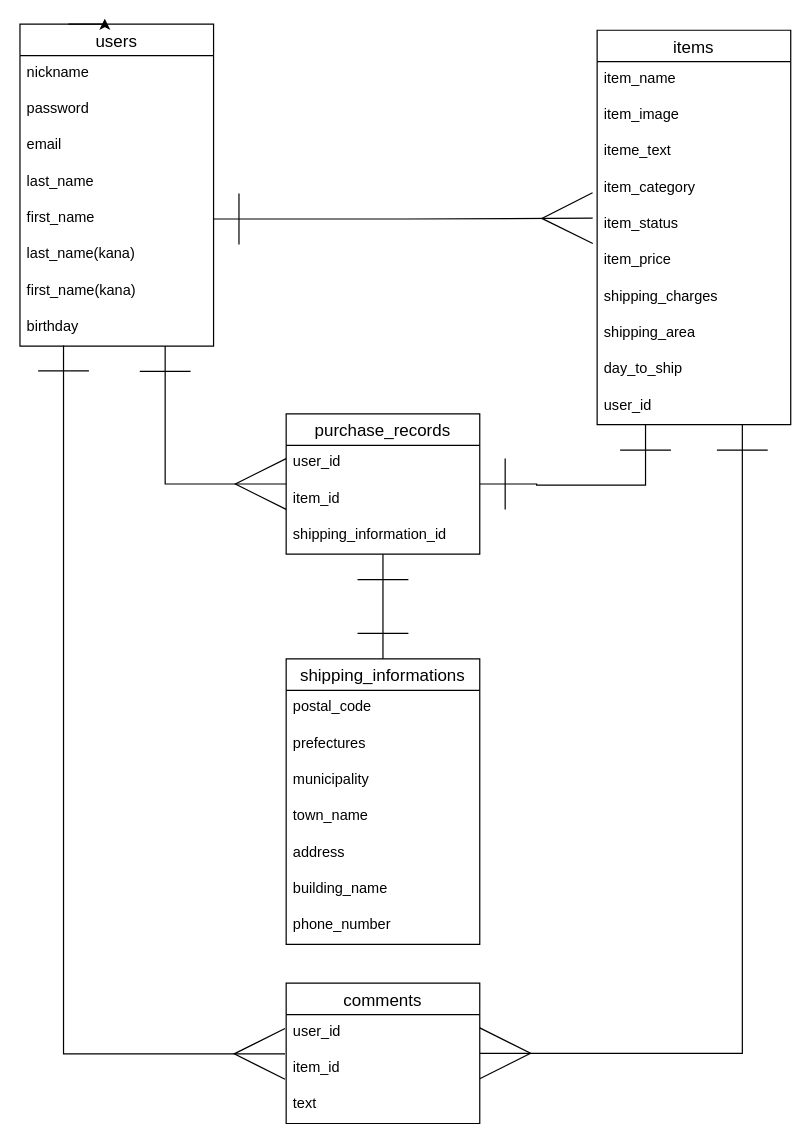
Above: furima.dio in reityeru/furima-34470 (draw.io), before the change. Source tidied: cells renumbered, new cells numbered last; positions are measured from the earlier drawing's top-left corner, leaving out a move shared by most shapes. Both pictures are drawn from the tidied source at 121%, with x=0, y=0 at pixel (19, 24).
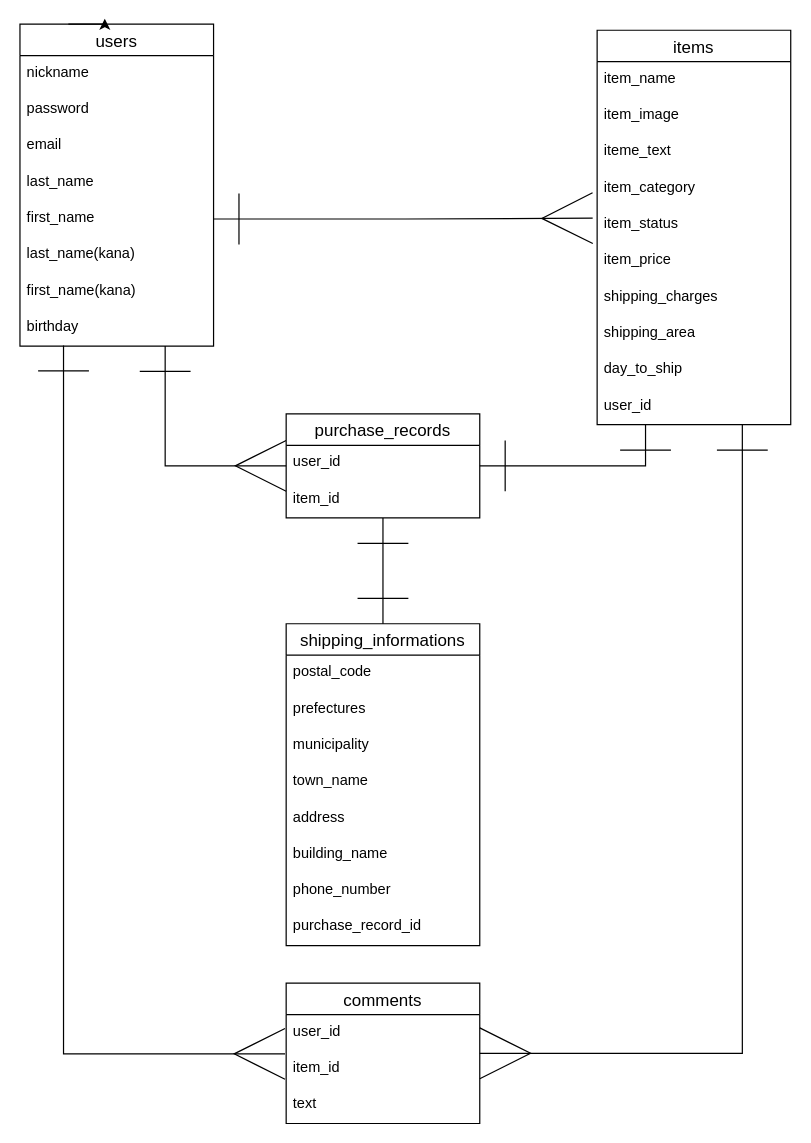
The same diagram, later.

Unchanged cells that the change refers to:
```xml
<mxCell id="16" value="items" style="swimlane;fontStyle=0;horizontal=1;startSize=26;align=center;fontSize=14;" parent="1" vertex="1">
  <mxGeometry x="477" y="4.5" width="160" height="326" as="geometry" />
</mxCell>
```

Change to the diagram source:
```diff
@@
     <mxCell id="15" style="edgeStyle=orthogonalEdgeStyle;rounded=0;jettySize=auto;html=1;exitX=0.25;exitY=1;exitDx=0;exitDy=0;entryX=1;entryY=0.5;entryDx=0;entryDy=0;startArrow=ERone;startFill=0;endArrow=ERone;endFill=0;endSize=40;startSize=40;" parent="1" edge="1" source="16" target="36">
-      <mxGeometry relative="1" as="geometry" />
+      <mxGeometry relative="1" as="geometry">
+        <Array as="points">
+          <mxPoint x="517" y="365" />
+        </Array>
+      </mxGeometry>
     </mxCell>
@@
     <mxCell id="27" value="shipping_informations" style="swimlane;fontStyle=0;horizontal=1;startSize=26;align=center;fontSize=14;" parent="1" vertex="1">
-      <mxGeometry x="220" y="524" width="160" height="236" as="geometry" />
+      <mxGeometry x="220" y="495" width="160" height="266" as="geometry" />
     </mxCell>
@@
+    <mxCell id="45" value="phone_number" style="text;strokeColor=none;fillColor=none;spacingLeft=4;spacingRight=4;overflow=hidden;fontSize=12;" parent="27" vertex="1">
+      <mxGeometry y="206" width="160" height="30" as="geometry" />
+    </mxCell>
-    <mxCell id="34" value="phone_number" style="text;strokeColor=none;fillColor=none;spacingLeft=4;spacingRight=4;overflow=hidden;fontSize=12;" parent="27" vertex="1">
-      <mxGeometry y="206" width="160" height="30" as="geometry" />
+    <mxCell id="34" value="purchase_record_id" style="text;strokeColor=none;fillColor=none;spacingLeft=4;spacingRight=4;overflow=hidden;fontSize=12;" parent="27" vertex="1">
+      <mxGeometry y="236" width="160" height="30" as="geometry" />
     </mxCell>
@@
     <mxCell id="36" value="purchase_records" style="swimlane;fontStyle=0;horizontal=1;startSize=26;align=center;fontSize=14;" parent="1" vertex="1">
-      <mxGeometry x="220" y="321.5" width="160" height="116" as="geometry" />
+      <mxGeometry x="220" y="321.5" width="160" height="86" as="geometry" />
     </mxCell>
@@
-    <mxCell id="39" value="shipping_information_id" style="text;strokeColor=none;fillColor=none;spacingLeft=4;spacingRight=4;overflow=hidden;fontSize=12;" parent="36" vertex="1">
-      <mxGeometry y="86" width="160" height="30" as="geometry" />
-    </mxCell>
```
